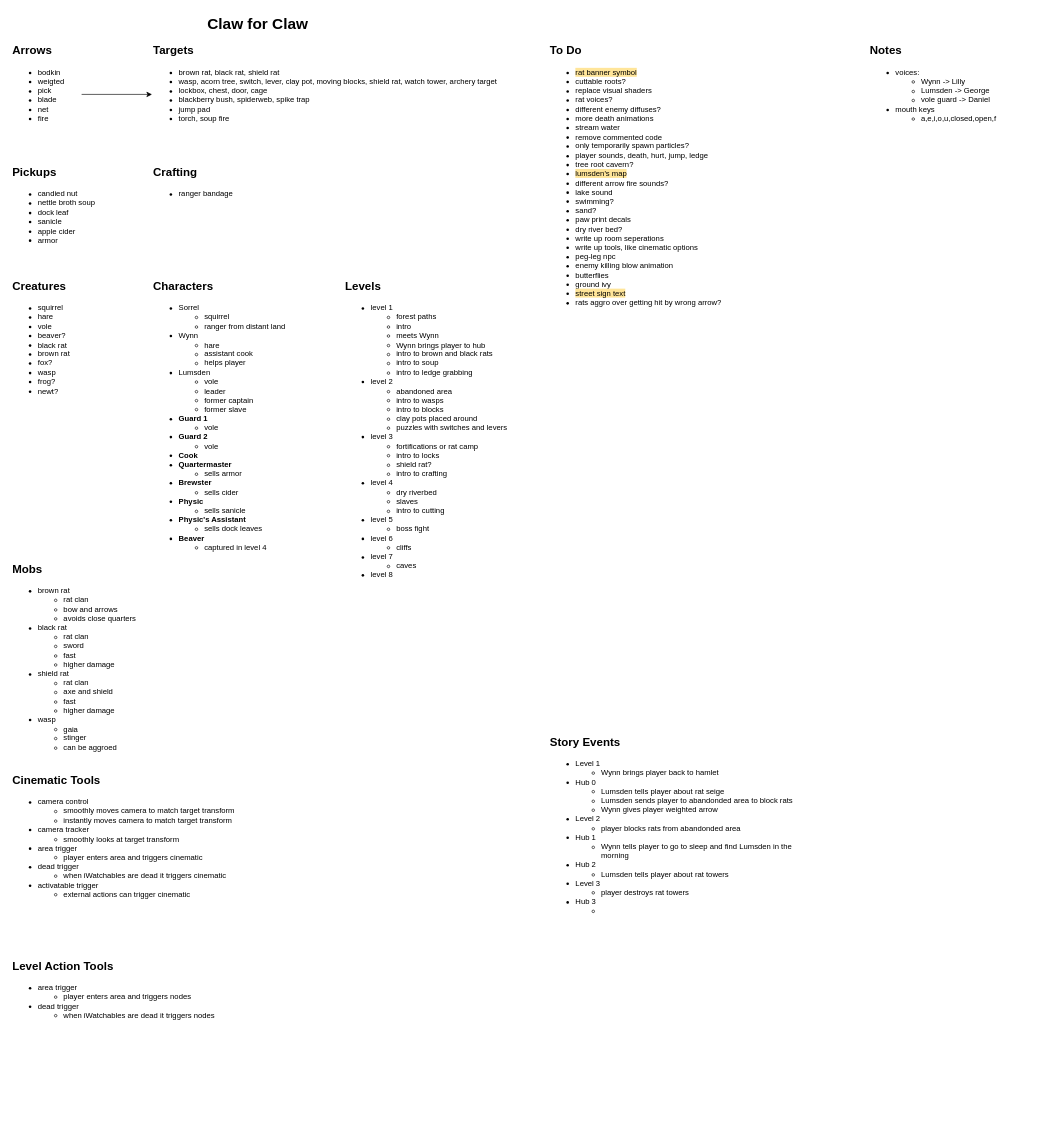
Before: Planning/design-doc.drawio in camerondedore/Godot-Project-3, a draw.io diagram. Source tidied: cells renumbered, new cells numbered last; positions are measured from the earlier drawing's top-left corner, leaving out a move shared by most shapes. Both pictures are drawn from the tidied source at 64%, with x=0, y=0 at pixel (11, 11).
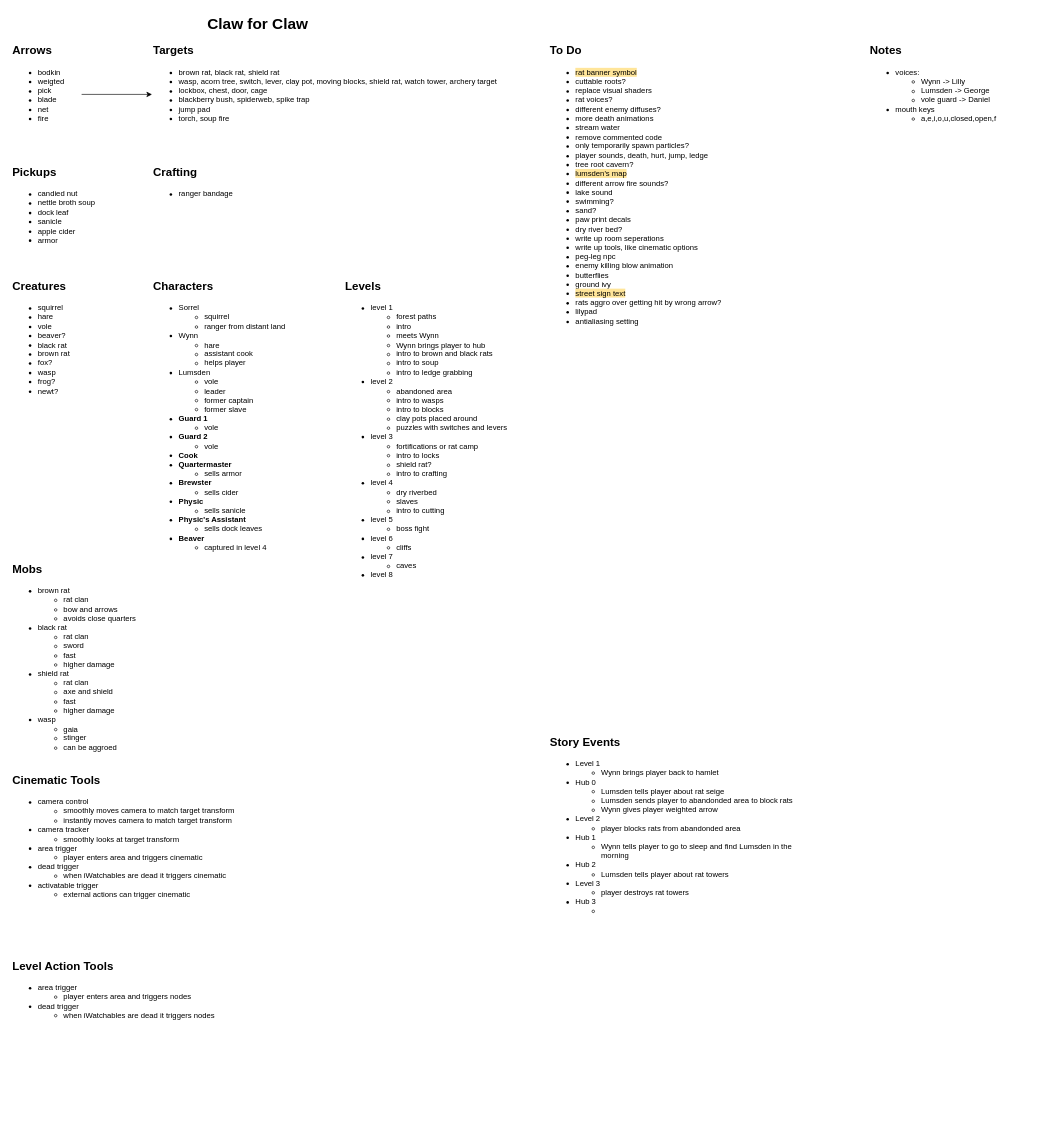
After the change.

What changed in the source:
```diff
@@
-    <mxCell id="19" value="&lt;ul&gt;&lt;li&gt;&lt;span style=&quot;background-color: rgb(255, 229, 153);&quot;&gt;rat banner symbol&lt;/span&gt;&lt;/li&gt;&lt;li&gt;cuttable roots?&lt;/li&gt;&lt;li&gt;replace visual shaders&lt;/li&gt;&lt;li&gt;rat voices?&lt;/li&gt;&lt;li&gt;different enemy diffuses?&lt;/li&gt;&lt;li&gt;more death animations&lt;/li&gt;&lt;li&gt;&lt;span style=&quot;background-color: transparent; color: light-dark(rgb(0, 0, 0), rgb(255, 255, 255));&quot;&gt;stream water&lt;/span&gt;&lt;br&gt;&lt;/li&gt;&lt;li&gt;remove commented code&lt;/li&gt;&lt;li&gt;only temporarily spawn particles?&lt;/li&gt;&lt;li&gt;player sounds, death, hurt, jump, ledge&lt;/li&gt;&lt;li&gt;tree root cavern?&lt;/li&gt;&lt;li&gt;&lt;font style=&quot;color: rgb(0, 0, 0); background-color: rgb(255, 229, 153);&quot;&gt;lumsden's map&lt;/font&gt;&lt;/li&gt;&lt;li&gt;different arrow fire sounds?&lt;/li&gt;&lt;li&gt;lake sound&lt;/li&gt;&lt;li&gt;swimming?&lt;/li&gt;&lt;li&gt;&lt;span&gt;sand&lt;/span&gt;?&lt;/li&gt;&lt;li&gt;paw print decals&lt;/li&gt;&lt;li&gt;dry river bed?&lt;/li&gt;&lt;li&gt;write up room seperations&lt;/li&gt;&lt;li&gt;write up tools, like cinematic options&lt;/li&gt;&lt;li&gt;peg-leg npc&lt;/li&gt;&lt;li&gt;enemy killing blow animation&lt;/li&gt;&lt;li&gt;butterflies&lt;/li&gt;&lt;li&gt;ground ivy&lt;/li&gt;&lt;li&gt;&lt;span style=&quot;background-color: rgb(255, 229, 153);&quot;&gt;street sign text&lt;/span&gt;&lt;/li&gt;&lt;li&gt;&lt;span&gt;rats aggro over getting hit by wrong arrow?&lt;/span&gt;&lt;/li&gt;&lt;/ul&gt;" style="text;html=1;align=left;verticalAlign=top;whiteSpace=wrap;rounded=0;" parent="1" vertex="1">
+    <mxCell id="19" value="&lt;ul&gt;&lt;li&gt;&lt;span style=&quot;background-color: rgb(255, 229, 153);&quot;&gt;rat banner symbol&lt;/span&gt;&lt;/li&gt;&lt;li&gt;cuttable roots?&lt;/li&gt;&lt;li&gt;replace visual shaders&lt;/li&gt;&lt;li&gt;rat voices?&lt;/li&gt;&lt;li&gt;different enemy diffuses?&lt;/li&gt;&lt;li&gt;more death animations&lt;/li&gt;&lt;li&gt;&lt;span style=&quot;background-color: transparent; color: light-dark(rgb(0, 0, 0), rgb(255, 255, 255));&quot;&gt;stream water&lt;/span&gt;&lt;br&gt;&lt;/li&gt;&lt;li&gt;remove commented code&lt;/li&gt;&lt;li&gt;only temporarily spawn particles?&lt;/li&gt;&lt;li&gt;player sounds, death, hurt, jump, ledge&lt;/li&gt;&lt;li&gt;tree root cavern?&lt;/li&gt;&lt;li&gt;&lt;font style=&quot;color: rgb(0, 0, 0); background-color: rgb(255, 229, 153);&quot;&gt;lumsden's map&lt;/font&gt;&lt;/li&gt;&lt;li&gt;different arrow fire sounds?&lt;/li&gt;&lt;li&gt;lake sound&lt;/li&gt;&lt;li&gt;swimming?&lt;/li&gt;&lt;li&gt;&lt;span&gt;sand&lt;/span&gt;?&lt;/li&gt;&lt;li&gt;paw print decals&lt;/li&gt;&lt;li&gt;dry river bed?&lt;/li&gt;&lt;li&gt;write up room seperations&lt;/li&gt;&lt;li&gt;write up tools, like cinematic options&lt;/li&gt;&lt;li&gt;peg-leg npc&lt;/li&gt;&lt;li&gt;enemy killing blow animation&lt;/li&gt;&lt;li&gt;butterflies&lt;/li&gt;&lt;li&gt;ground ivy&lt;/li&gt;&lt;li&gt;&lt;span style=&quot;background-color: rgb(255, 229, 153);&quot;&gt;street sign text&lt;/span&gt;&lt;/li&gt;&lt;li&gt;&lt;span&gt;rats aggro over getting hit by wrong arrow?&lt;/span&gt;&lt;/li&gt;&lt;li&gt;&lt;span&gt;lilypad&lt;/span&gt;&lt;/li&gt;&lt;li&gt;&lt;span&gt;antialiasing setting&lt;/span&gt;&lt;/li&gt;&lt;/ul&gt;" style="text;html=1;align=left;verticalAlign=top;whiteSpace=wrap;rounded=0;" parent="1" vertex="1">
       <mxGeometry x="840" y="70" width="280" height="440" as="geometry" />
     </mxCell>
```
